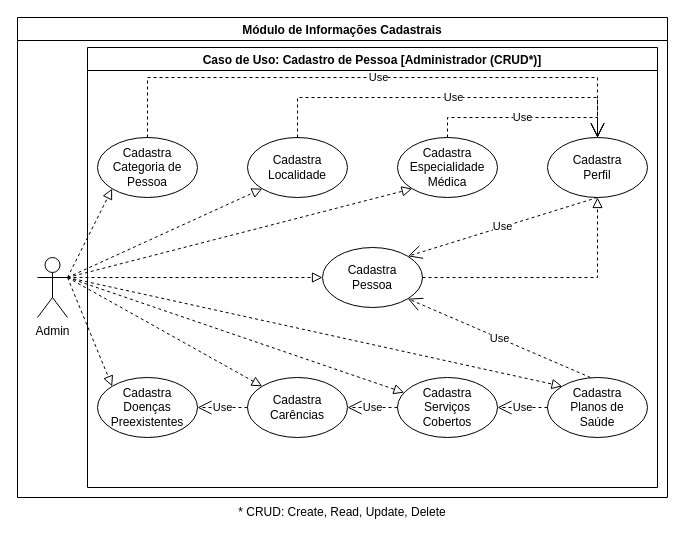
This is page "Cad-Pessoa" (1 of 3) of PUC-GISA-M1.drawio from kikoluiss/tcc-puc, a draw.io file, before an edit. Source tidied: cells renumbered, new cells numbered last; positions are measured from the earlier drawing's top-left corner, leaving out a move shared by most shapes. Both pictures are drawn from the tidied source at 100%, with x=0, y=0 at pixel (17, 17).
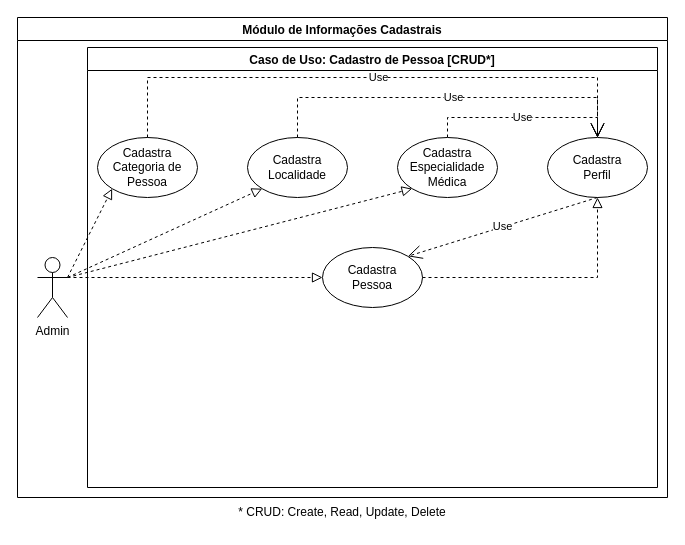
The same diagram, later.

The change refers to these unchanged cells:
```xml
<mxCell id="2" value="Módulo de Informações Cadastrais" style="swimlane;" parent="1" vertex="1">
  <mxGeometry width="650" height="480" as="geometry" />
</mxCell>
<mxCell id="3" value="Admin" style="shape=umlActor;verticalLabelPosition=bottom;verticalAlign=top;html=1;outlineConnect=0;" parent="2" vertex="1">
  <mxGeometry x="20" y="240" width="30" height="60" as="geometry" />
</mxCell>
<mxCell id="6" value="Cadastra&lt;br&gt;Pessoa" style="ellipse;whiteSpace=wrap;html=1;align=center;newEdgeStyle={&quot;edgeStyle&quot;:&quot;entityRelationEdgeStyle&quot;,&quot;startArrow&quot;:&quot;none&quot;,&quot;endArrow&quot;:&quot;none&quot;,&quot;segment&quot;:10,&quot;curved&quot;:1};" parent="4" vertex="1">
  <mxGeometry x="235" y="200" width="100" height="60" as="geometry" />
</mxCell>
```

The edit, as a diff of the source:
```diff
@@
-    <mxCell id="4" value="Caso de Uso: Cadastro de Pessoa [Administrador (CRUD*)]" style="swimlane;" parent="2" vertex="1">
+    <mxCell id="4" value="Caso de Uso: Cadastro de Pessoa [CRUD*]" style="swimlane;" parent="2" vertex="1">
       <mxGeometry x="70" y="30" width="570" height="440" as="geometry" />
     </mxCell>
@@
-    <mxCell id="9" value="Cadastra&lt;br&gt;Planos de&lt;br&gt;Saúde" style="ellipse;whiteSpace=wrap;html=1;align=center;newEdgeStyle={&quot;edgeStyle&quot;:&quot;entityRelationEdgeStyle&quot;,&quot;startArrow&quot;:&quot;none&quot;,&quot;endArrow&quot;:&quot;none&quot;,&quot;segment&quot;:10,&quot;curved&quot;:1};" parent="4" vertex="1">
-      <mxGeometry x="460" y="330" width="100" height="60" as="geometry" />
-    </mxCell>
-    <mxCell id="10" value="Cadastra&lt;br&gt;Serviços&lt;br&gt;Cobertos" style="ellipse;whiteSpace=wrap;html=1;align=center;newEdgeStyle={&quot;edgeStyle&quot;:&quot;entityRelationEdgeStyle&quot;,&quot;startArrow&quot;:&quot;none&quot;,&quot;endArrow&quot;:&quot;none&quot;,&quot;segment&quot;:10,&quot;curved&quot;:1};" parent="4" vertex="1">
-      <mxGeometry x="310" y="330" width="100" height="60" as="geometry" />
-    </mxCell>
-    <mxCell id="11" value="Cadastra Doenças Preexistentes" style="ellipse;whiteSpace=wrap;html=1;align=center;newEdgeStyle={&quot;edgeStyle&quot;:&quot;entityRelationEdgeStyle&quot;,&quot;startArrow&quot;:&quot;none&quot;,&quot;endArrow&quot;:&quot;none&quot;,&quot;segment&quot;:10,&quot;curved&quot;:1};" parent="4" vertex="1">
-      <mxGeometry x="10" y="330" width="100" height="60" as="geometry" />
-    </mxCell>
-    <mxCell id="12" value="Cadastra Carências" style="ellipse;whiteSpace=wrap;html=1;align=center;newEdgeStyle={&quot;edgeStyle&quot;:&quot;entityRelationEdgeStyle&quot;,&quot;startArrow&quot;:&quot;none&quot;,&quot;endArrow&quot;:&quot;none&quot;,&quot;segment&quot;:10,&quot;curved&quot;:1};" parent="4" vertex="1">
-      <mxGeometry x="160" y="330" width="100" height="60" as="geometry" />
-    </mxCell>
@@
-    <mxCell id="19" value="Use" style="endArrow=open;endSize=12;dashed=1;html=1;rounded=0;exitX=0;exitY=0.5;exitDx=0;exitDy=0;entryX=1;entryY=0.5;entryDx=0;entryDy=0;" parent="4" edge="1" source="12" target="11">
-      <mxGeometry relative="1" as="geometry" />
-    </mxCell>
-    <mxCell id="20" value="Use" style="endArrow=open;endSize=12;dashed=1;html=1;rounded=0;exitX=0;exitY=0.5;exitDx=0;exitDy=0;entryX=1;entryY=0.5;entryDx=0;entryDy=0;" parent="4" edge="1" source="10" target="12">
-      <mxGeometry relative="1" as="geometry" />
-    </mxCell>
-    <mxCell id="21" value="Use" style="endArrow=open;endSize=12;dashed=1;html=1;rounded=0;exitX=0;exitY=0.5;exitDx=0;exitDy=0;entryX=1;entryY=0.5;entryDx=0;entryDy=0;" parent="4" edge="1" source="9" target="10">
-      <mxGeometry relative="1" as="geometry" />
-    </mxCell>
-    <mxCell id="22" value="Use" style="endArrow=open;endSize=12;dashed=1;html=1;rounded=0;entryX=1;entryY=1;entryDx=0;entryDy=0;startArrow=none;exitX=0.43;exitY=0;exitDx=0;exitDy=0;exitPerimeter=0;" parent="4" edge="1" source="9" target="6">
-      <mxGeometry relative="1" as="geometry" />
-    </mxCell>
@@
-    <mxCell id="26" style="endArrow=block;startArrow=none;endFill=0;startFill=0;endSize=8;html=1;verticalAlign=bottom;dashed=1;labelBackgroundColor=none;rounded=0;entryX=0;entryY=0;entryDx=0;entryDy=0;exitX=1;exitY=0.3333333333333333;exitDx=0;exitDy=0;exitPerimeter=0;" parent="2" edge="1" source="3" target="11">
-      <mxGeometry relative="1" as="geometry" />
-    </mxCell>
@@
-    <mxCell id="28" style="endArrow=block;startArrow=none;endFill=0;startFill=0;endSize=8;html=1;verticalAlign=bottom;dashed=1;labelBackgroundColor=none;rounded=0;entryX=0;entryY=0;entryDx=0;entryDy=0;exitX=1;exitY=0.3333333333333333;exitDx=0;exitDy=0;exitPerimeter=0;" parent="2" edge="1" source="3" target="12">
-      <mxGeometry relative="1" as="geometry" />
-    </mxCell>
-    <mxCell id="29" style="endArrow=block;startArrow=none;endFill=0;startFill=0;endSize=8;html=1;verticalAlign=bottom;dashed=1;labelBackgroundColor=none;rounded=0;exitX=1;exitY=0.3333333333333333;exitDx=0;exitDy=0;exitPerimeter=0;" parent="2" edge="1" source="3" target="10">
-      <mxGeometry relative="1" as="geometry" />
-    </mxCell>
-    <mxCell id="30" style="endArrow=block;startArrow=none;endFill=0;startFill=0;endSize=8;html=1;verticalAlign=bottom;dashed=1;labelBackgroundColor=none;rounded=0;exitX=1;exitY=0.3333333333333333;exitDx=0;exitDy=0;exitPerimeter=0;entryX=0;entryY=0;entryDx=0;entryDy=0;" parent="2" edge="1" source="3" target="9">
-      <mxGeometry relative="1" as="geometry" />
-    </mxCell>
```
